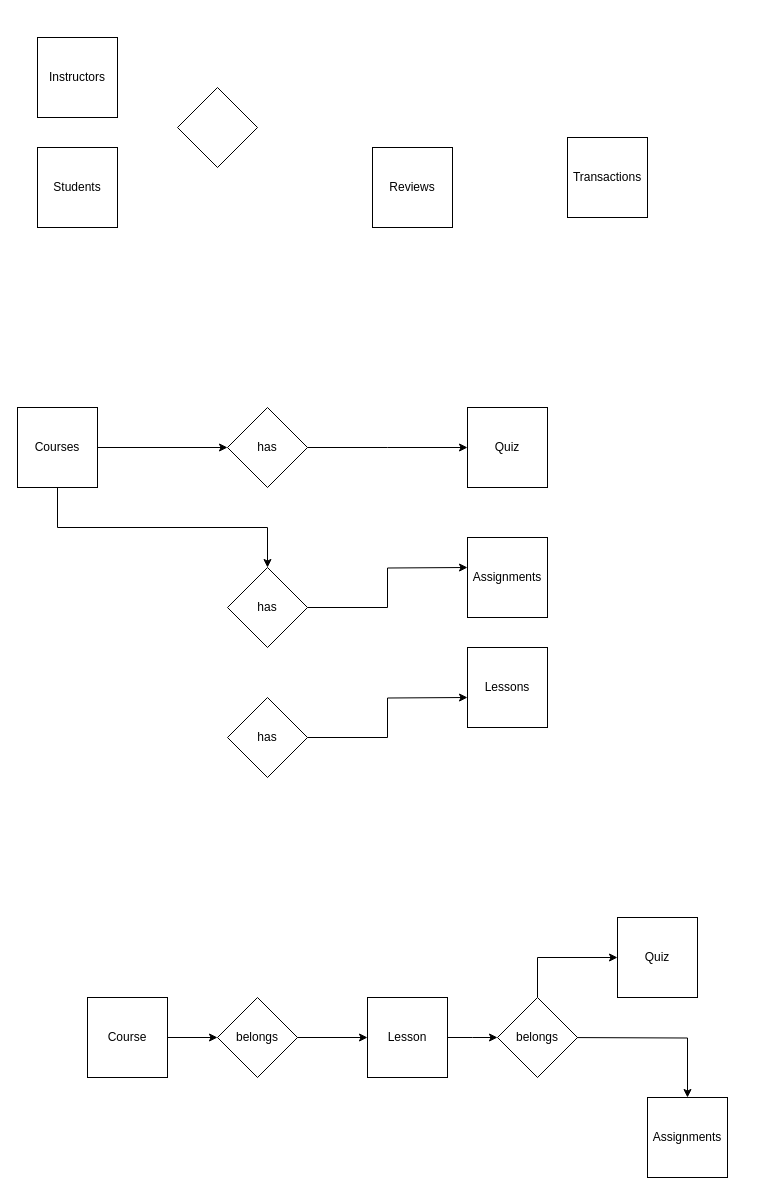
Earlier version of the draw.io diagram ER.drawio (charisvt/edulink). Source tidied: cells renumbered, new cells numbered last; positions are measured from the earlier drawing's top-left corner, leaving out a move shared by most shapes. Both pictures are drawn from the tidied source at 100%, with x=0, y=0 at pixel (17, 37).
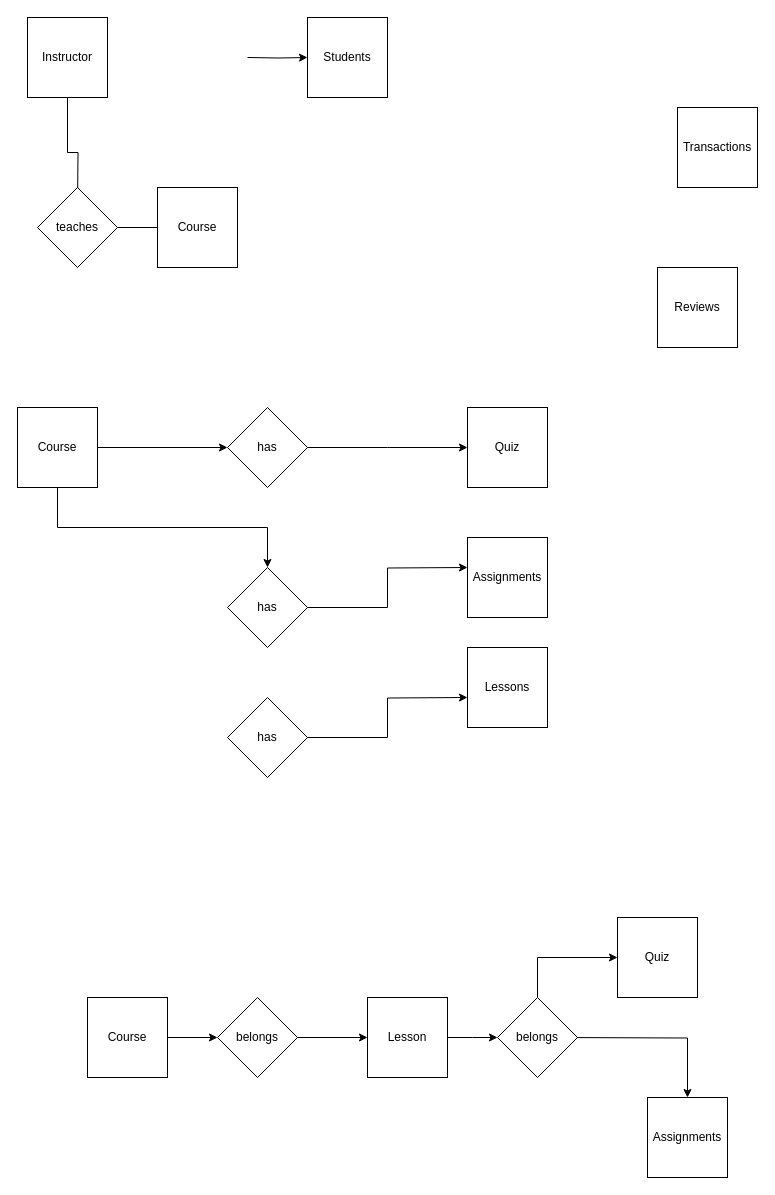
The same diagram, later.

The edit, as a diff of the source:
```diff
@@
+    <mxCell id="30" style="edgeStyle=orthogonalEdgeStyle;rounded=0;jettySize=auto;html=1;" parent="1" edge="1" source="2">
+      <mxGeometry relative="1" as="geometry">
+        <mxPoint x="60" y="170" as="targetPoint" />
+      </mxGeometry>
+    </mxCell>
-    <mxCell id="2" value="Instructors" style="whiteSpace=wrap;html=1;" parent="1" vertex="1">
-      <mxGeometry x="20" width="80" height="80" as="geometry" />
+    <mxCell id="2" value="Instructor" style="whiteSpace=wrap;html=1;" parent="1" vertex="1">
+      <mxGeometry x="10" y="-20" width="80" height="80" as="geometry" />
     </mxCell>
@@
     <mxCell id="5" value="Students&lt;br&gt;" style="whiteSpace=wrap;html=1;" parent="1" vertex="1">
-      <mxGeometry x="20" y="110" width="80" height="80" as="geometry" />
+      <mxGeometry x="290" y="-20" width="80" height="80" as="geometry" />
     </mxCell>
     <mxCell id="6" value="Reviews" style="whiteSpace=wrap;html=1;" parent="1" vertex="1">
-      <mxGeometry x="355" y="110" width="80" height="80" as="geometry" />
+      <mxGeometry x="640" y="230" width="80" height="80" as="geometry" />
     </mxCell>
@@
     <mxCell id="8" value="Transactions" style="whiteSpace=wrap;html=1;" parent="1" vertex="1">
-      <mxGeometry x="550" y="100" width="80" height="80" as="geometry" />
+      <mxGeometry x="660" y="70" width="80" height="80" as="geometry" />
     </mxCell>
@@
-    <mxCell id="12" value="Courses" style="whiteSpace=wrap;html=1;" parent="1" vertex="1">
+    <mxCell id="12" value="Course" style="whiteSpace=wrap;html=1;" parent="1" vertex="1">
       <mxGeometry y="370" width="80" height="80" as="geometry" />
     </mxCell>
-    <mxCell id="13" style="rhombus;whiteSpace=wrap;html=1;" parent="1" vertex="1">
-      <mxGeometry x="160" y="50" width="80" height="80" as="geometry" />
-    </mxCell>
+    <mxCell id="31" style="edgeStyle=orthogonalEdgeStyle;rounded=0;jettySize=auto;html=1;exitX=1;exitY=0.5;exitDx=0;exitDy=0;entryX=0;entryY=0.5;entryDx=0;entryDy=0;" parent="1" edge="1" target="5">
+      <mxGeometry relative="1" as="geometry">
+        <mxPoint x="230" y="20" as="sourcePoint" />
+      </mxGeometry>
+    </mxCell>
@@
+    <mxCell id="32" value="Course" style="whiteSpace=wrap;html=1;" parent="1" vertex="1">
+      <mxGeometry x="140" y="150" width="80" height="80" as="geometry" />
+    </mxCell>
+    <mxCell id="33" style="edgeStyle=orthogonalEdgeStyle;rounded=0;jettySize=auto;html=1;exitX=1;exitY=0.5;exitDx=0;exitDy=0;entryX=0;entryY=0.5;entryDx=0;entryDy=0;endArrow=none;endFill=0;" parent="1" edge="1" source="34" target="32">
+      <mxGeometry relative="1" as="geometry" />
+    </mxCell>
+    <mxCell id="34" value="teaches" style="rhombus;whiteSpace=wrap;html=1;" parent="1" vertex="1">
+      <mxGeometry x="20" y="150" width="80" height="80" as="geometry" />
+    </mxCell>
```
